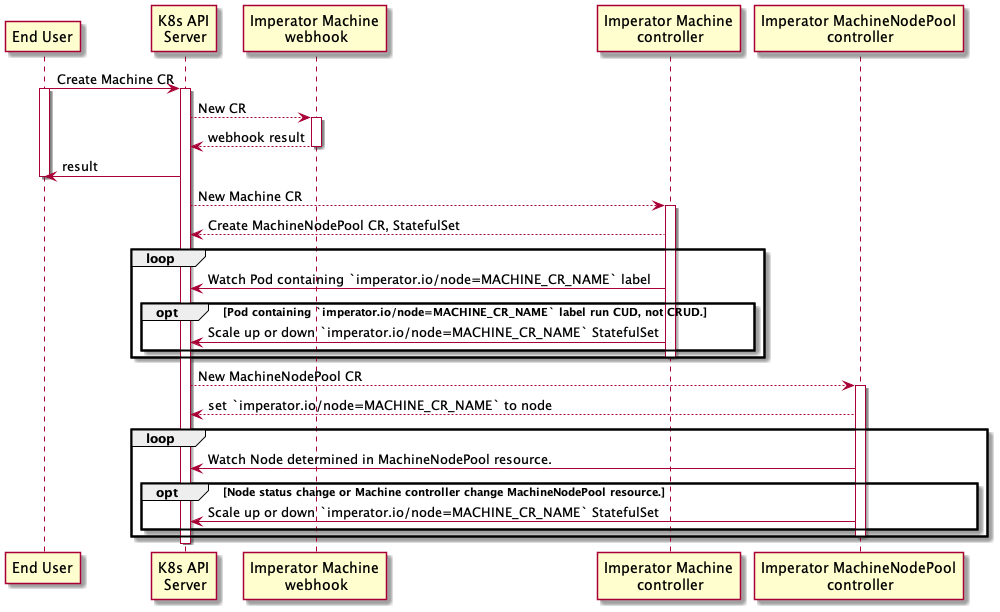
Before: docs/v1alpha1-sequence.png, a diagram exported from PlantUML (tenzen-y/imperator).
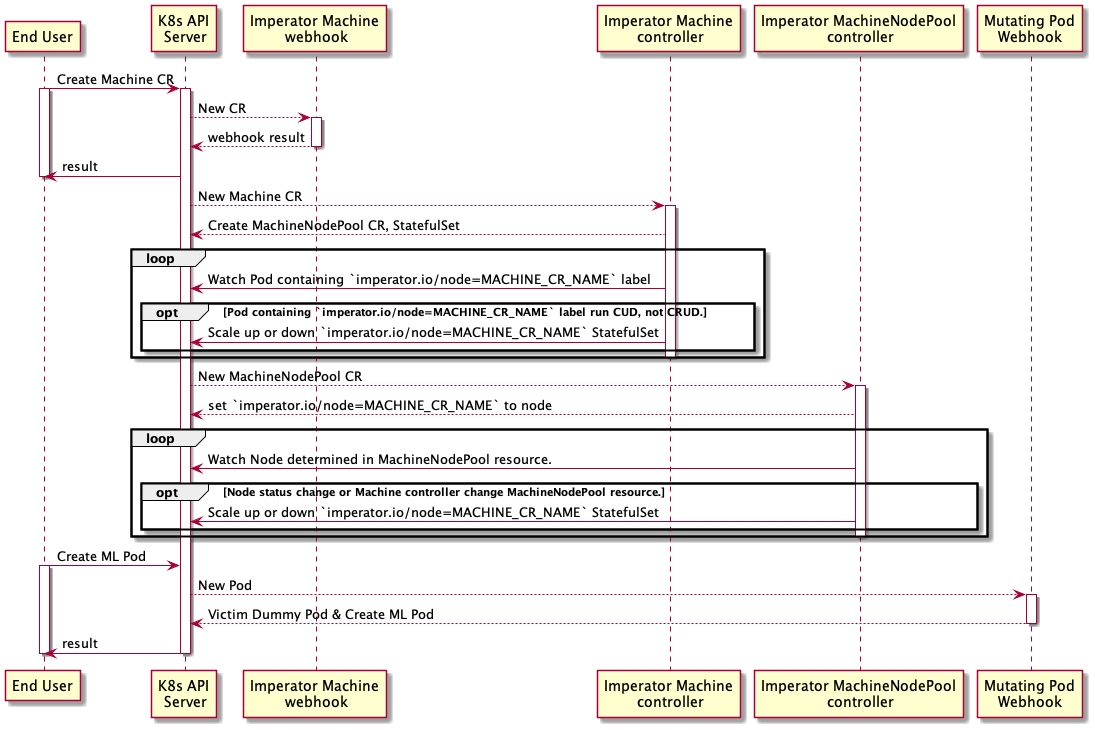
The same diagram one commit later.

The edit, as a diff of the source:
```diff
@@ -3,8 +3,9 @@
 participant "End User" as User order 1
 participant "K8s API\n Server" as APIServer order 2
 participant "Imperator Machine\n webhook" as MachineWebhook order 3
-participant "Imperator Machine\n controller" as MachineController order 6
-participant "Imperator MachineNodePool\n controller" as MachineNodePoolController order 8
+participant "Imperator Machine\n controller" as MachineController order 4
+participant "Imperator MachineNodePool\n controller" as MachineNodePoolController order 5
+participant "Mutating Pod\nWebhook" as PodWebhook order 6
 
 User -> APIServer: Create Machine CR
 activate User
@@ -45,6 +46,16 @@
   deactivate MachineNodePoolController
 end
 
+User -> APIServer: Create ML Pod
+activate User
+
+APIServer --> PodWebhook: New Pod
+activate PodWebhook
+PodWebhook ---> APIServer: Victim Dummy Pod & Create ML Pod
+deactivate PodWebhook
+APIServer -> User: result
+deactivate User
+
 deactivate APIServer
 
 @enduml
```
